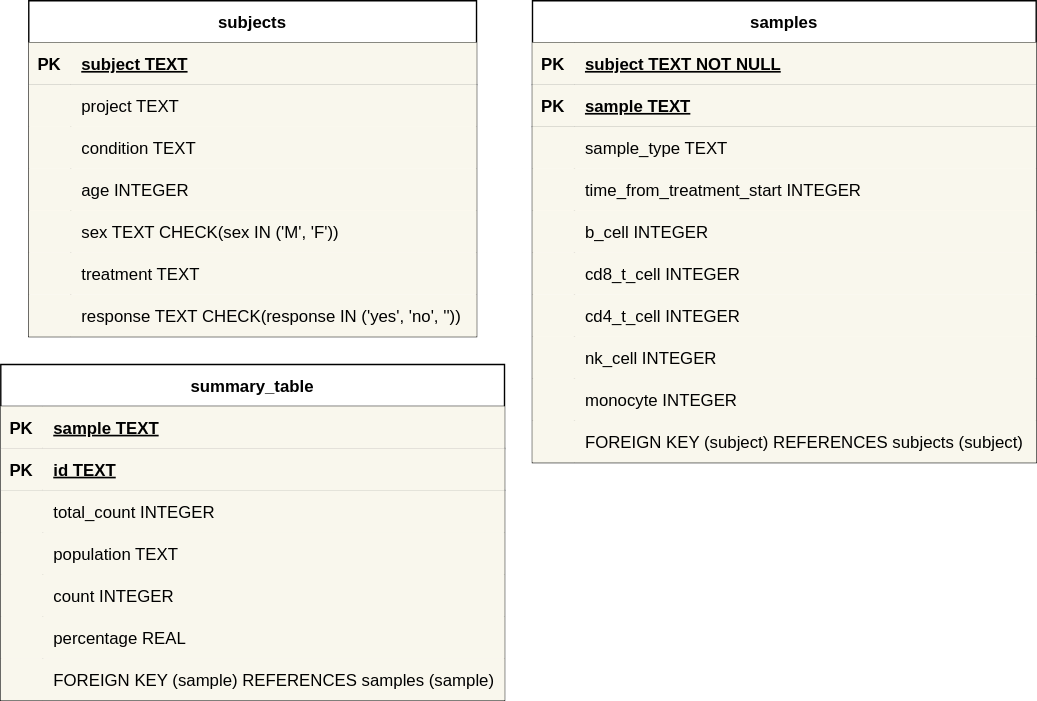
Earlier version of the draw.io export assets/db_schema.svg (lynkos/teiko-exam). Source tidied: cells renumbered, new cells last; positions are measured from the earlier drawing's top-left corner, leaving out a move shared by most shapes.
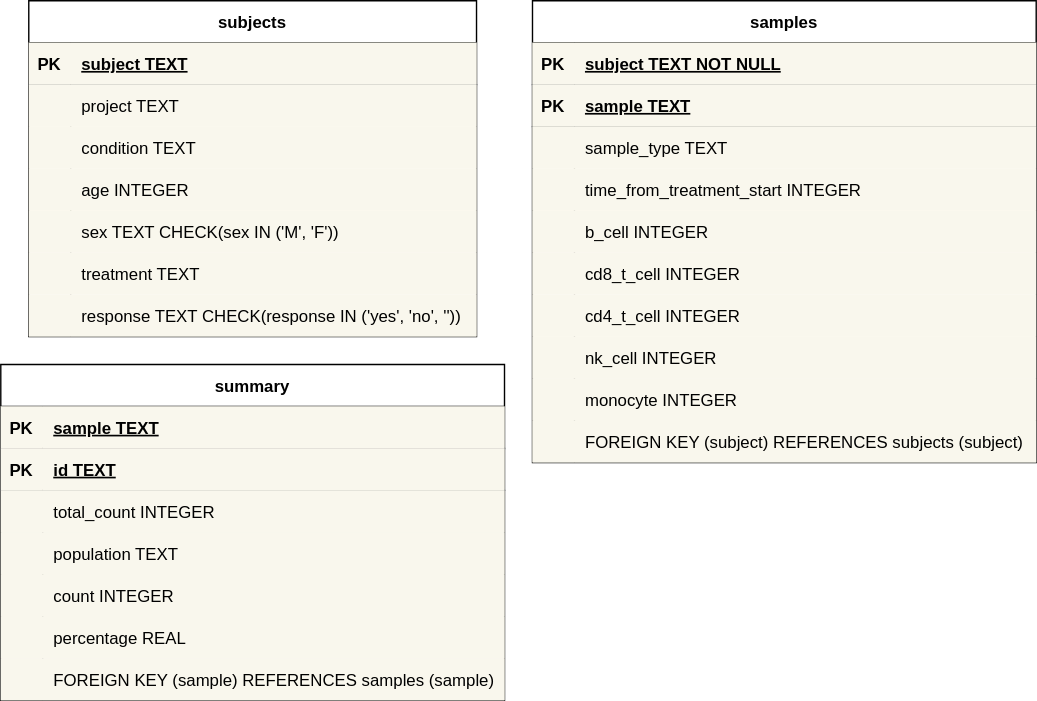
Above is the later version.

Commit message:
Rename `summary_table` to `summary`

Diff of the diagram source:
```diff
@@ -161,7 +161,7 @@
     <mxCell id="54" value="FOREIGN KEY (subject) REFERENCES subjects (subject)" style="shape=partialRectangle;overflow=hidden;align=left;top=0;left=0;bottom=0;right=0;spacingLeft=6;fillColor=#f9f7ed;strokeColor=#36393d;" parent="52" vertex="1">
       <mxGeometry x="30" width="330" height="30" as="geometry" />
     </mxCell>
-    <mxCell id="55" value="summary_table" style="shape=table;startSize=30;rowLines=0;fontStyle=1;align=center;" parent="1" vertex="1">
+    <mxCell id="55" value="summary" style="shape=table;startSize=30;rowLines=0;fontStyle=1;align=center;" parent="1" vertex="1">
       <mxGeometry y="260" width="360" height="240" as="geometry" />
     </mxCell>
     <mxCell id="56" style="shape=tableRow;horizontal=0;startSize=0;swimlaneHead=0;swimlaneBody=0;top=0;left=0;right=0;bottom=1;fillColor=#f9f7ed;strokeColor=#36393d;" parent="55" vertex="1">
```
